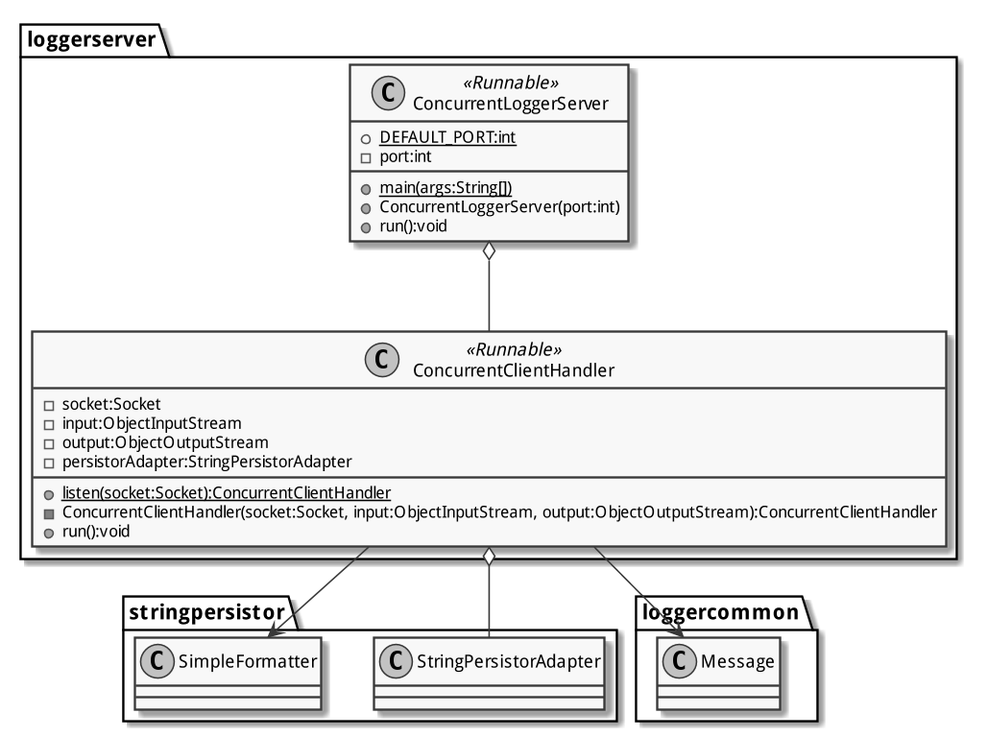
patrickbucher/vsk-team5 keeps this PlantUML diagram as Systemspezifikation/img/loggerserver.png. Above is the earlier version.
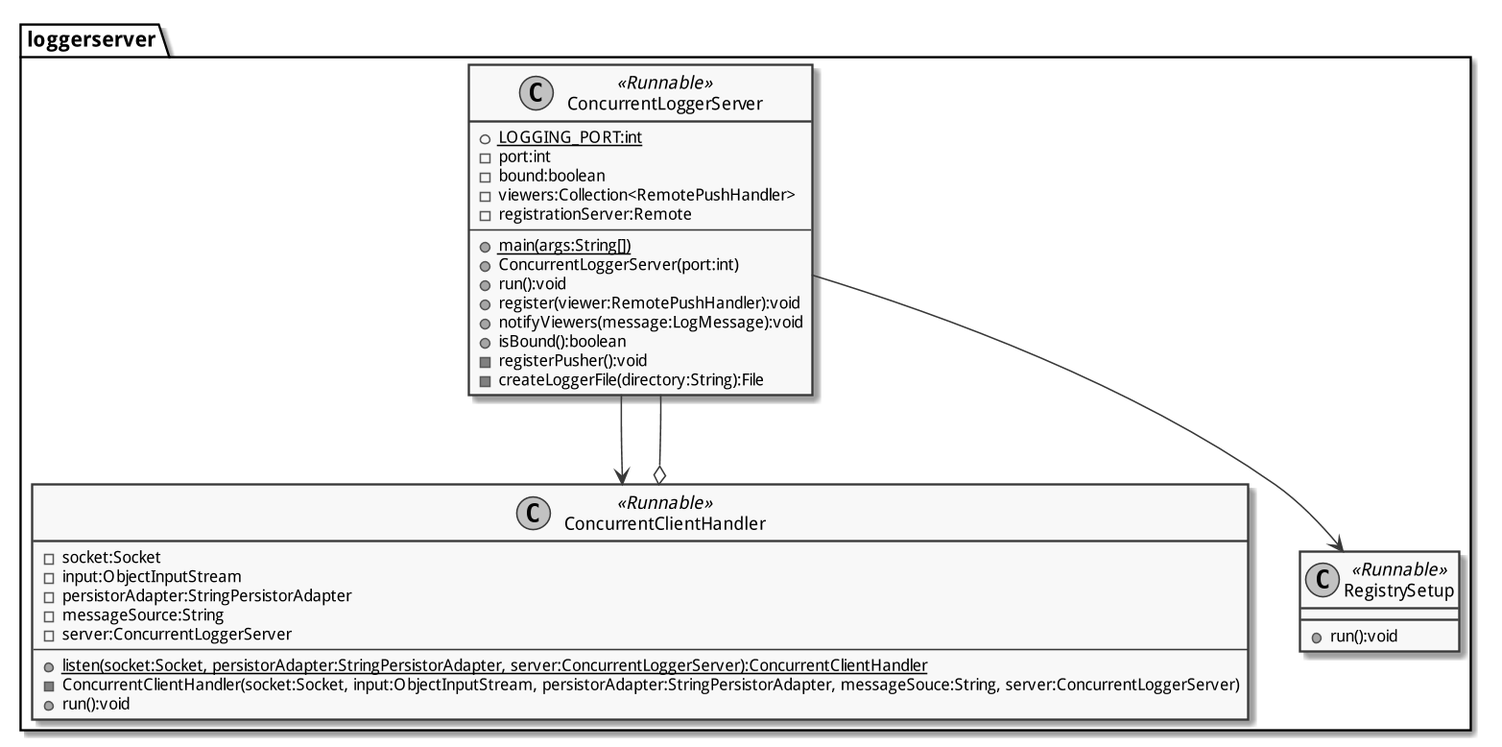
Above is the later version.

Diff of the diagram source:
```diff
@@ -6,25 +6,38 @@
 
 package "loggerserver" {
     class ConcurrentLoggerServer << Runnable >> {
-        {static} + DEFAULT_PORT:int
+        {static} + LOGGING_PORT:int
         - port:int
+        - bound:boolean
+        - viewers:Collection<RemotePushHandler>
+        - registrationServer:Remote
+        ---
         {static} + main(args:String[])
         + ConcurrentLoggerServer(port:int)
         + run():void
+        + register(viewer:RemotePushHandler):void
+        + notifyViewers(message:LogMessage):void
+        + isBound():boolean
+        - registerPusher():void
+        - createLoggerFile(directory:String):File
     }
     class ConcurrentClientHandler << Runnable >> {
         - socket:Socket
         - input:ObjectInputStream
-        - output:ObjectOutputStream
         - persistorAdapter:StringPersistorAdapter
-        {static} + listen(socket:Socket):ConcurrentClientHandler
-        - ConcurrentClientHandler(socket:Socket, input:ObjectInputStream, output:ObjectOutputStream):ConcurrentClientHandler
+        - messageSource:String
+        - server:ConcurrentLoggerServer
+        ---
+        {static} + listen(socket:Socket, persistorAdapter:StringPersistorAdapter, server:ConcurrentLoggerServer):ConcurrentClientHandler
+        - ConcurrentClientHandler(socket:Socket, input:ObjectInputStream, persistorAdapter:StringPersistorAdapter, messageSouce:String, server:ConcurrentLoggerServer)
         + run():void
     }
-    ConcurrentLoggerServer o-- ConcurrentClientHandler
-    ConcurrentClientHandler o-- stringpersistor.StringPersistorAdapter
-    ConcurrentClientHandler --> stringpersistor.SimpleFormatter
-    ConcurrentClientHandler --> loggercommon.Message
+    class RegistrySetup << Runnable >> {
+        + run():void
+    }
+    ConcurrentLoggerServer --> ConcurrentClientHandler
+    ConcurrentClientHandler o-- ConcurrentLoggerServer
+    ConcurrentLoggerServer --> RegistrySetup
 }
 
 @enduml
```
